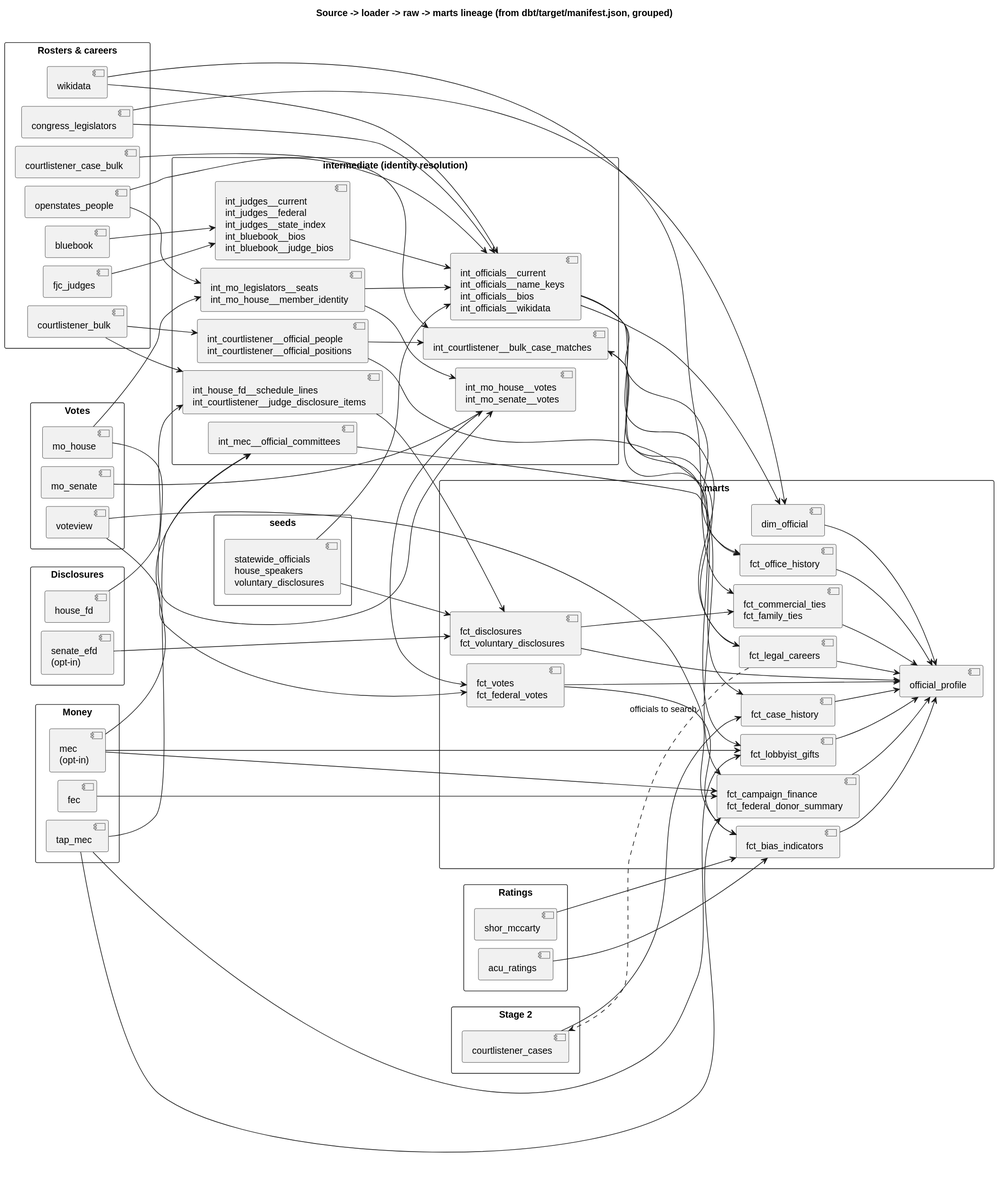
Above: docs/diagrams/lineage.svg in akettmann/missouri_gov_feed (PlantUML), before the change. Its source is kept beside it as docs/diagrams/lineage.puml. Source of this version:
```plantuml
@startuml lineage
title Source -> loader -> raw -> marts lineage (from dbt/target/manifest.json, grouped)
left to right direction
skinparam packageStyle rectangle
skinparam nodesep 12
skinparam ranksep 60

package "Rosters & careers" {
  [openstates_people] as L_os
  [congress_legislators] as L_cl
  [bluebook] as L_bb
  [fjc_judges] as L_fjc
  [courtlistener_bulk] as L_clb
  [courtlistener_case_bulk] as L_ccb
  [wikidata] as L_wd
}
package "Votes" {
  [mo_house] as L_moh
  [mo_senate] as L_mos
  [voteview] as L_vv
}
package "Money" {
  [fec] as L_fec
  [tap_mec] as L_tap
  [mec\n(opt-in)] as L_mec
}
package "Disclosures" {
  [house_fd] as L_hfd
  [senate_efd\n(opt-in)] as L_efd
}
package "Ratings" {
  [acu_ratings] as L_acu
  [shor_mccarty] as L_sm
}
package "Stage 2" {
  [courtlistener_cases] as L_cc
}
package "seeds" {
  [statewide_officials\nhouse_speakers\nvoluntary_disclosures] as SEEDS
}

package "intermediate (identity resolution)" {
  [int_officials__current\nint_officials__name_keys\nint_officials__bios\nint_officials__wikidata] as I_off
  [int_mo_legislators__seats\nint_mo_house__member_identity] as I_seats
  [int_mo_house__votes\nint_mo_senate__votes] as I_votes
  [int_judges__current\nint_judges__federal\nint_judges__state_index\nint_bluebook__bios\nint_bluebook__judge_bios] as I_judges
  [int_mec__official_committees] as I_mec
  [int_house_fd__schedule_lines\nint_courtlistener__judge_disclosure_items] as I_fd
  [int_courtlistener__official_people\nint_courtlistener__official_positions] as I_clpos
  [int_courtlistener__bulk_case_matches] as I_cases
}

package "marts" {
  [dim_official] as dim
  [fct_votes\nfct_federal_votes] as F_votes
  [fct_campaign_finance\nfct_federal_donor_summary] as F_money
  [fct_lobbyist_gifts] as F_gifts
  [fct_disclosures\nfct_voluntary_disclosures] as F_disc
  [fct_bias_indicators] as F_bias
  [fct_office_history] as F_office
  [fct_commercial_ties\nfct_family_ties] as F_ties
  [fct_legal_careers] as F_legal
  [fct_case_history] as F_cases
  [official_profile] as profile
}

L_os --> I_seats
L_os --> I_off
L_cl --> I_off
L_cl --> dim
L_bb --> I_judges
L_fjc --> I_judges
L_clb --> I_fd
L_clb --> I_clpos
L_wd --> I_off
SEEDS --> I_off
I_judges --> I_off
I_seats --> I_off
I_off --> dim

L_moh --> I_seats
L_moh --> I_votes
L_mos --> I_votes
I_seats --> I_votes
I_votes --> F_votes
L_vv --> F_votes
L_vv --> F_bias

L_fec --> F_money
L_tap --> I_mec
L_tap --> F_money
L_tap --> F_gifts
L_mec --> I_mec
L_mec --> F_money
L_mec --> F_gifts
I_mec --> F_money
I_off --> F_gifts

L_hfd --> I_fd
L_efd --> F_disc
I_fd --> F_disc
SEEDS --> F_disc

L_acu --> F_bias
L_sm --> F_bias
F_votes --> F_bias

I_off --> F_office
I_clpos --> F_office
L_wd --> F_ties
F_disc --> F_ties
I_off --> F_legal

F_legal ..> L_cc : officials to search
F_legal --> I_cases
I_clpos --> I_cases
L_ccb --> I_cases
I_cases --> F_cases
L_cc --> F_cases

dim --> profile
F_votes --> profile
F_money --> profile
F_gifts --> profile
F_disc --> profile
F_bias --> profile
F_office --> profile
F_ties --> profile
F_legal --> profile
F_cases --> profile
@enduml
```
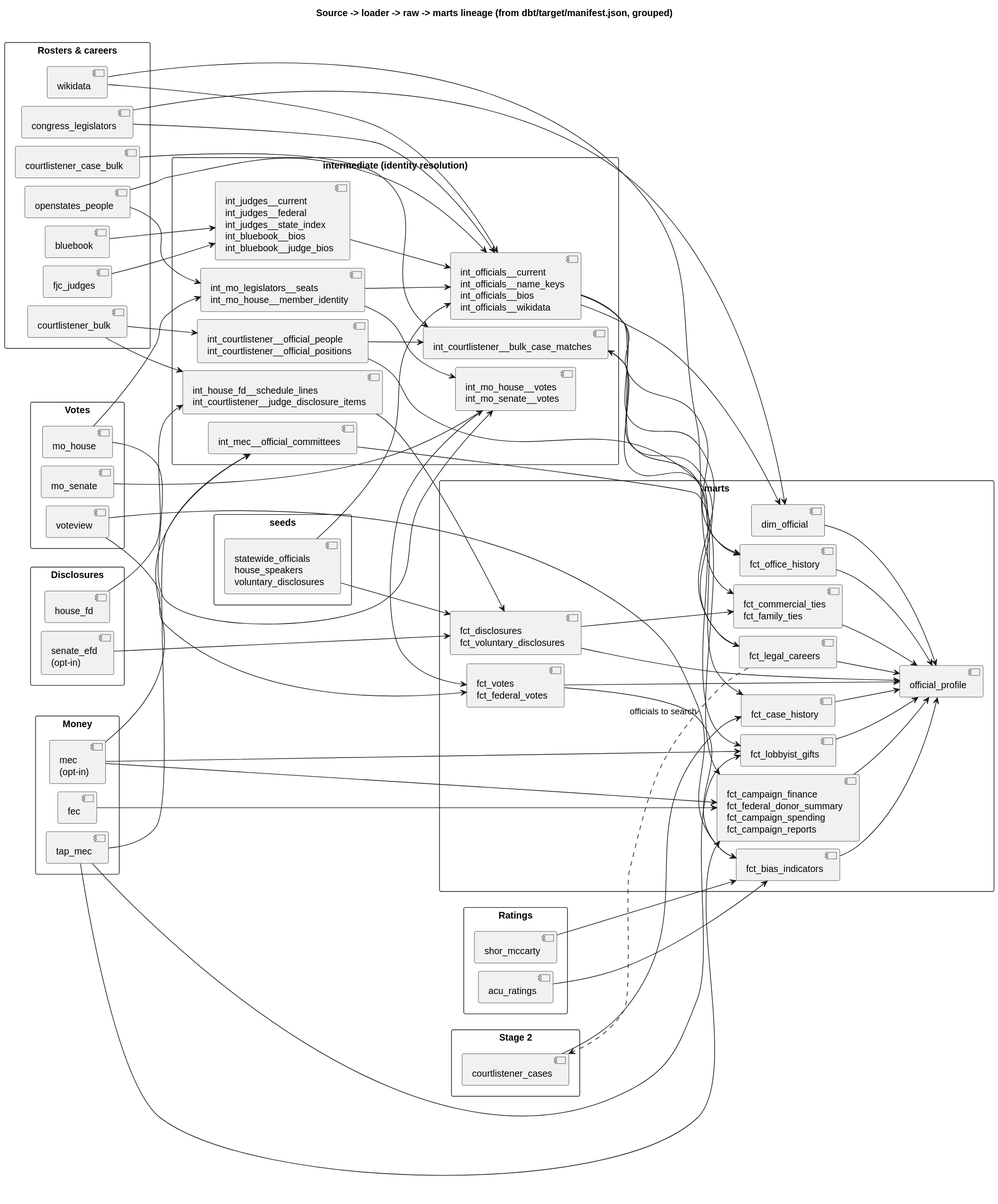
After the change.

Commit message:
Lineage diagram: add fct_campaign_spending and fct_campaign_reports

Change to the diagram source:
```diff
@@ -53,7 +53,7 @@
 package "marts" {
   [dim_official] as dim
   [fct_votes\nfct_federal_votes] as F_votes
-  [fct_campaign_finance\nfct_federal_donor_summary] as F_money
+  [fct_campaign_finance\nfct_federal_donor_summary\nfct_campaign_spending\nfct_campaign_reports] as F_money
   [fct_lobbyist_gifts] as F_gifts
   [fct_disclosures\nfct_voluntary_disclosures] as F_disc
   [fct_bias_indicators] as F_bias
```
